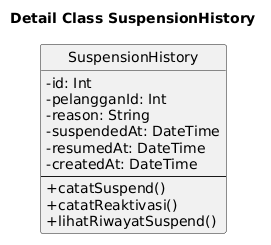
Earlier version of the PlantUML export docs/plantuml/detail-classes/detail-class-suspension-history.png (janbu12/nemafi-be). Source of this version:
```plantuml
@startuml
title Detail Class SuspensionHistory

skinparam classAttributeIconSize 0
hide circle

class SuspensionHistory {
  - id: Int
  - pelangganId: Int
  - reason: String
  - suspendedAt: DateTime
  - resumedAt: DateTime
  - createdAt: DateTime
  --
  + catatSuspend()
  + catatReaktivasi()
  + lihatRiwayatSuspend()
}
@enduml
```
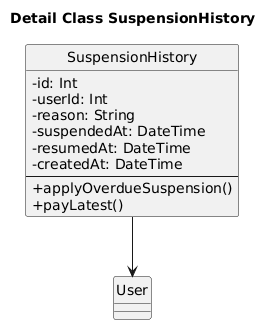
After the commit.

What changed in the source:
```diff
@@ -2,18 +2,21 @@
 title Detail Class SuspensionHistory
 
 skinparam classAttributeIconSize 0
+skinparam shadowing false
+skinparam defaultFontName "Times New Roman"
 hide circle
 
 class SuspensionHistory {
   - id: Int
-  - pelangganId: Int
+  - userId: Int
   - reason: String
   - suspendedAt: DateTime
   - resumedAt: DateTime
   - createdAt: DateTime
   --
-  + catatSuspend()
-  + catatReaktivasi()
-  + lihatRiwayatSuspend()
+  + applyOverdueSuspension()
+  + payLatest()
 }
+
+SuspensionHistory --> User
 @enduml
```
